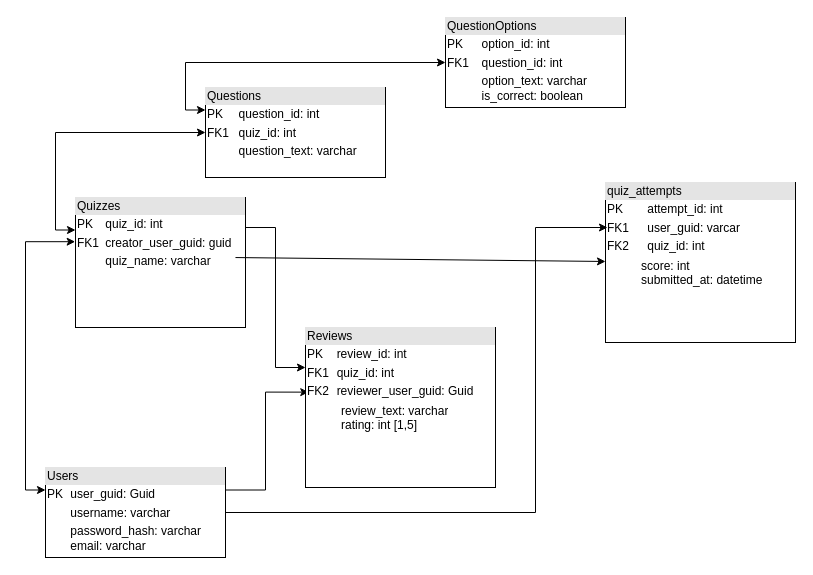
Tonari239/Web-QuizReviewer keeps this draw.io diagram as UI_Design_And_Diagrams/Diagrams/DatabaseDiagram.drawio. Above is the earlier version. Source tidied: cells renumbered, new cells numbered last; positions are measured from the earlier drawing's top-left corner, leaving out a move shared by most shapes. Both pictures are drawn from the tidied source at 100%, with x=0, y=0 at pixel (45, 17).
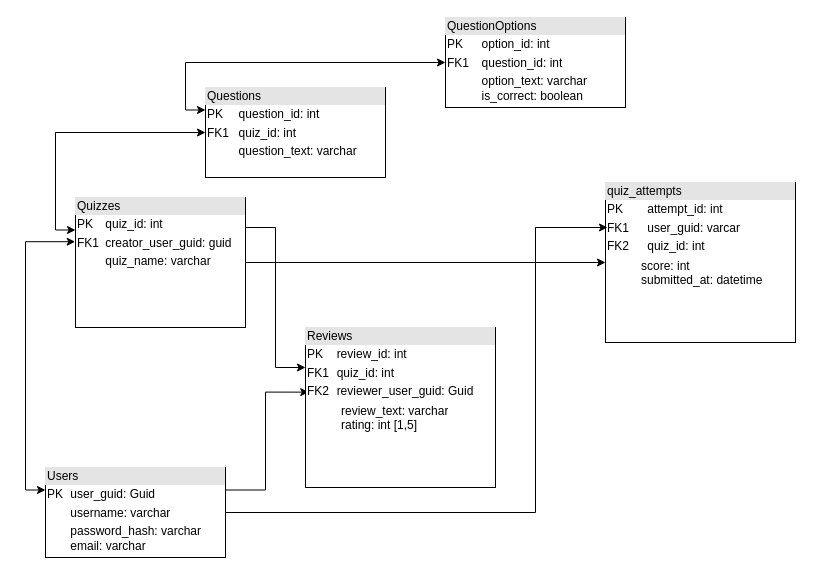
The same diagram, later.

The change refers to these unchanged cells:
```xml
<mxCell id="5" value="&lt;div style=&quot;box-sizing: border-box; width: 100%; background: rgb(228, 228, 228); padding: 2px;&quot;&gt;Quizzes&lt;/div&gt;&lt;table style=&quot;width:100%;font-size:1em;&quot; cellpadding=&quot;2&quot; cellspacing=&quot;0&quot;&gt;&lt;tbody&gt;&lt;tr&gt;&lt;td&gt;PK&lt;/td&gt;&lt;td&gt;quiz_id: int&lt;/td&gt;&lt;/tr&gt;&lt;tr&gt;&lt;td&gt;FK1&lt;/td&gt;&lt;td&gt;creator_user_guid: guid&lt;/td&gt;&lt;/tr&gt;&lt;tr&gt;&lt;td&gt;&lt;/td&gt;&lt;td&gt;quiz_name: varchar&lt;br&gt;&lt;br&gt;&lt;br&gt;&lt;br&gt;&lt;br&gt;&lt;br&gt;&lt;/td&gt;&lt;/tr&gt;&lt;/tbody&gt;&lt;/table&gt;" style="verticalAlign=top;align=left;overflow=fill;html=1;whiteSpace=wrap;" parent="1" vertex="1">
  <mxGeometry x="30" y="180" width="170" height="130" as="geometry" />
</mxCell>
<mxCell id="15" value="&lt;div style=&quot;box-sizing: border-box; width: 100%; background: rgb(228, 228, 228); padding: 2px;&quot;&gt;quiz_attempts&lt;/div&gt;&lt;table style=&quot;width:100%;font-size:1em;&quot; cellpadding=&quot;2&quot; cellspacing=&quot;0&quot;&gt;&lt;tbody&gt;&lt;tr&gt;&lt;td&gt;PK&lt;/td&gt;&lt;td&gt;attempt_id: int&lt;/td&gt;&lt;/tr&gt;&lt;tr&gt;&lt;td&gt;FK1&lt;/td&gt;&lt;td&gt;user_guid: varcar&lt;/td&gt;&lt;/tr&gt;&lt;tr&gt;&lt;td&gt;FK2&lt;/td&gt;&lt;td&gt;quiz_id: int&lt;/td&gt;&lt;/tr&gt;&lt;/tbody&gt;&lt;/table&gt;" style="verticalAlign=top;align=left;overflow=fill;html=1;whiteSpace=wrap;" parent="14" vertex="1">
  <mxGeometry width="190" height="160" as="geometry" />
</mxCell>
```

Diff of the diagram source:
```diff
@@
-    <mxCell id="18" style="endArrow=classic;html=1;rounded=0;exitX=0.941;exitY=0.462;exitDx=0;exitDy=0;exitPerimeter=0;" parent="1" edge="1" source="5" target="15">
+    <mxCell id="18" style="endArrow=classic;html=1;rounded=0;exitX=1;exitY=0.5;exitDx=0;exitDy=0;" parent="1" edge="1" source="5" target="15">
       <mxGeometry relative="1" as="geometry" />
     </mxCell>
```
